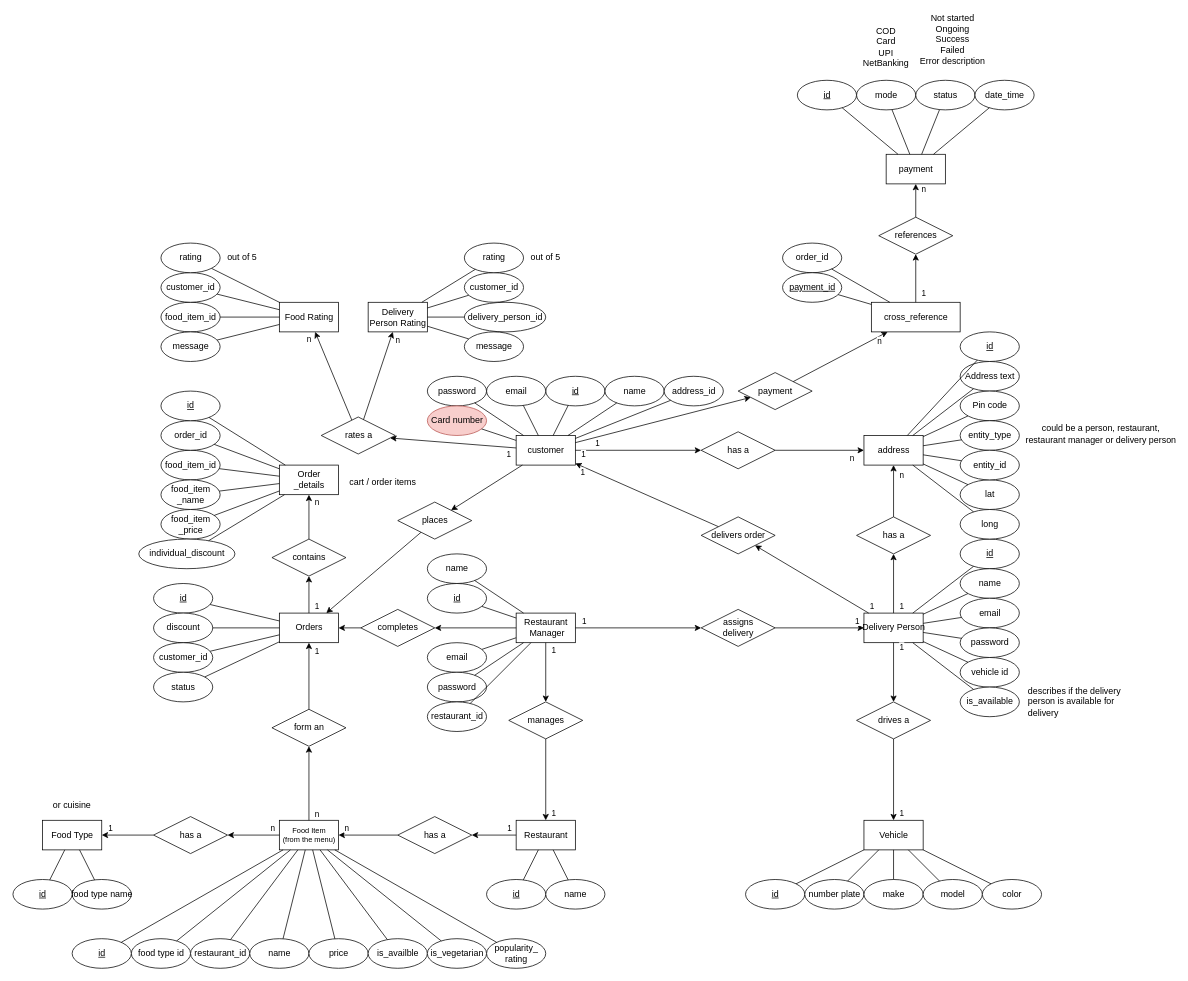
Above: diagrams/ER/ER diagram.drawio in callofthewild/hunger-buzz (draw.io), before the change. Source tidied: cells renumbered, new cells numbered last; positions are measured from the earlier drawing's top-left corner, leaving out a move shared by most shapes. Both pictures are drawn from the tidied source at 74%, with x=0, y=0 at pixel (13, 13).
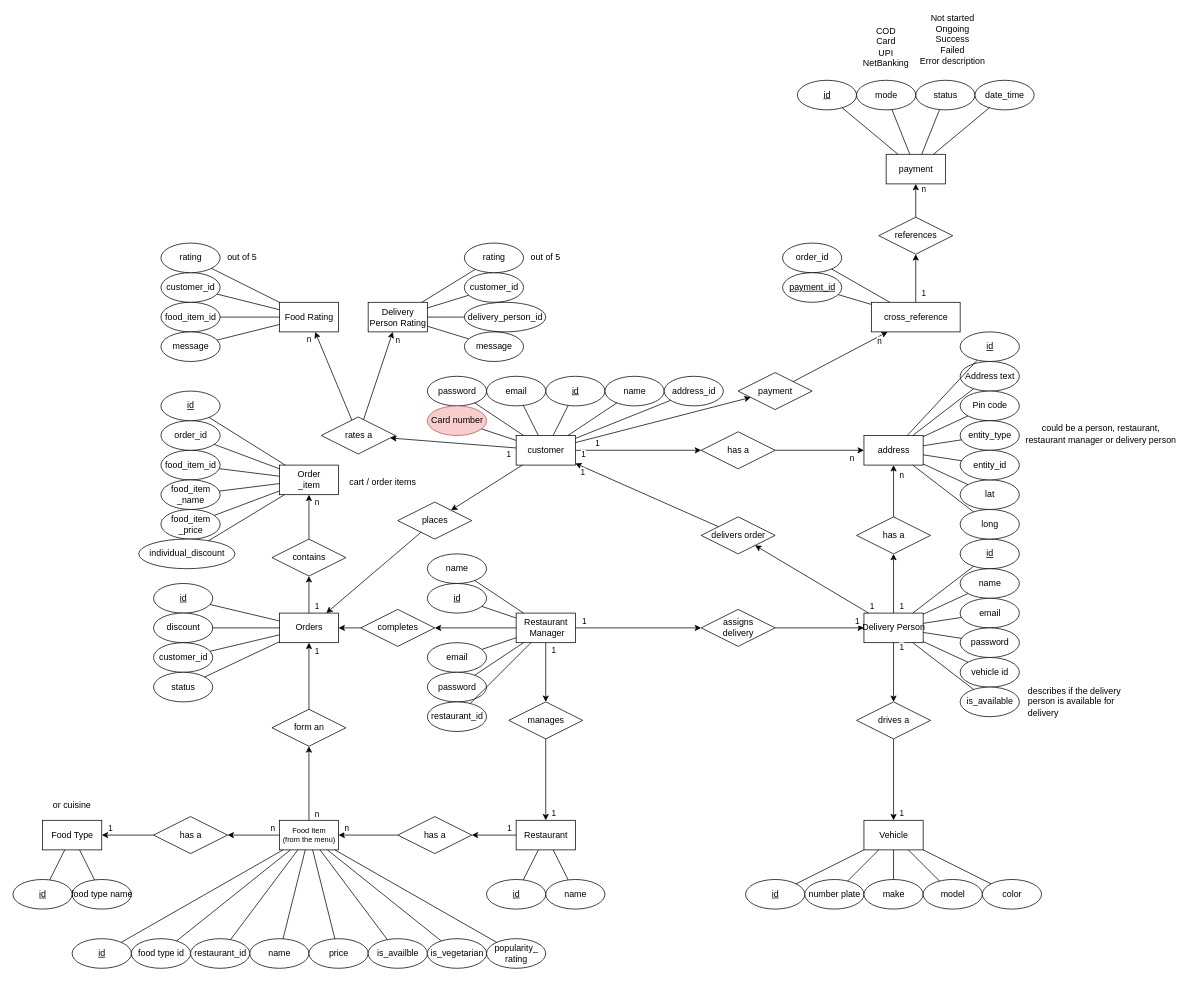
Above is the later version.

Commit message:
ER : rename: changed name from order_details to order_item

Change to the diagram source:
```diff
@@
-    <mxCell id="129" value="&lt;div&gt;Order&lt;/div&gt;_details" style="rounded=0;html=1;" parent="1" vertex="1">
+    <mxCell id="129" value="&lt;div&gt;Order&lt;/div&gt;_item" style="rounded=0;html=1;" parent="1" vertex="1">
       <mxGeometry x="360" y="610" width="80" height="40" as="geometry" />
     </mxCell>
```
